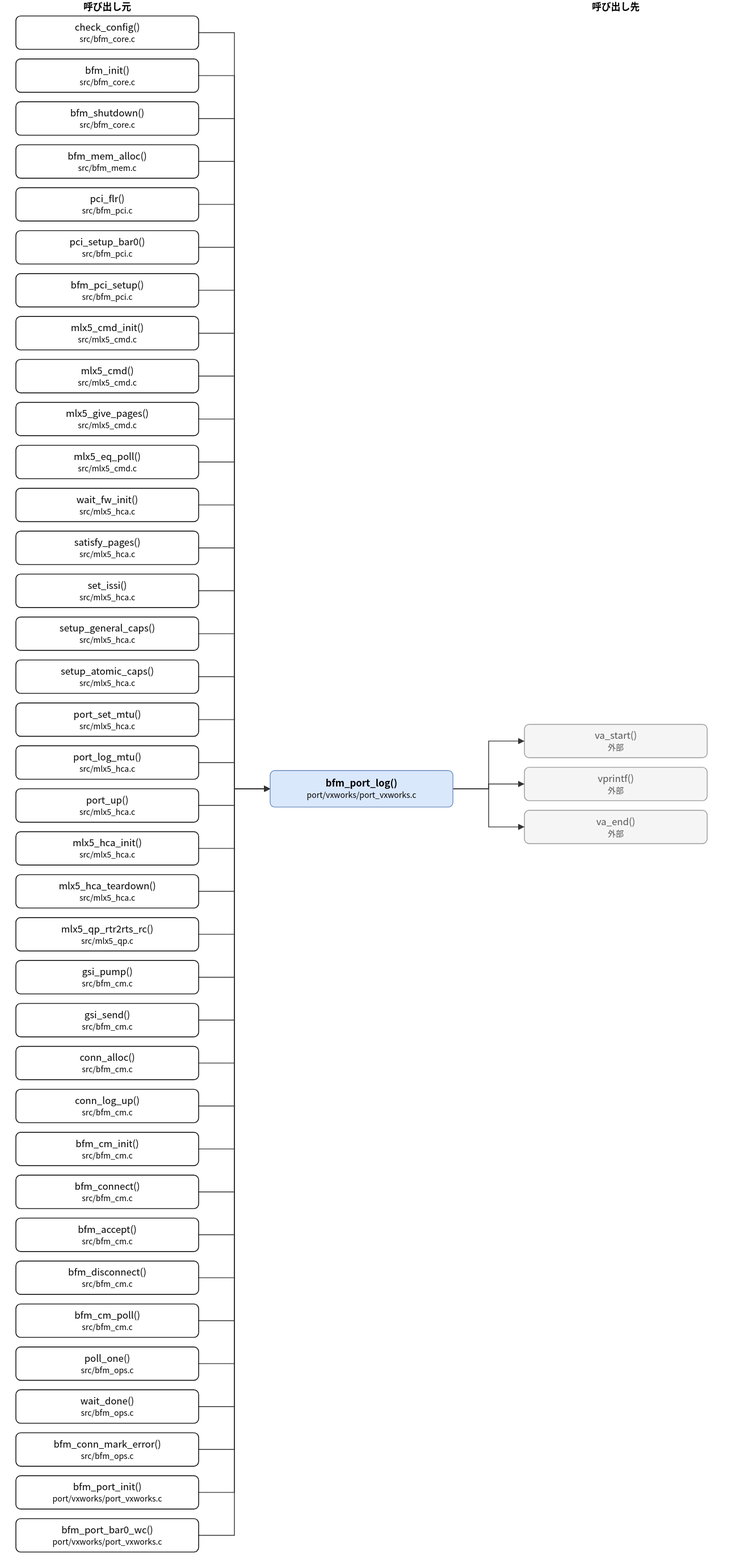
hf355051012-ai/bfmem keeps this draw.io diagram as doc/spec/images/call_port_vxworks_port_vxworks__bfm_port_log.drawio.svg. Above is the earlier version. Source tidied: cells renumbered, new cells last; positions are measured from the earlier drawing's top-left corner, leaving out a move shared by most shapes.
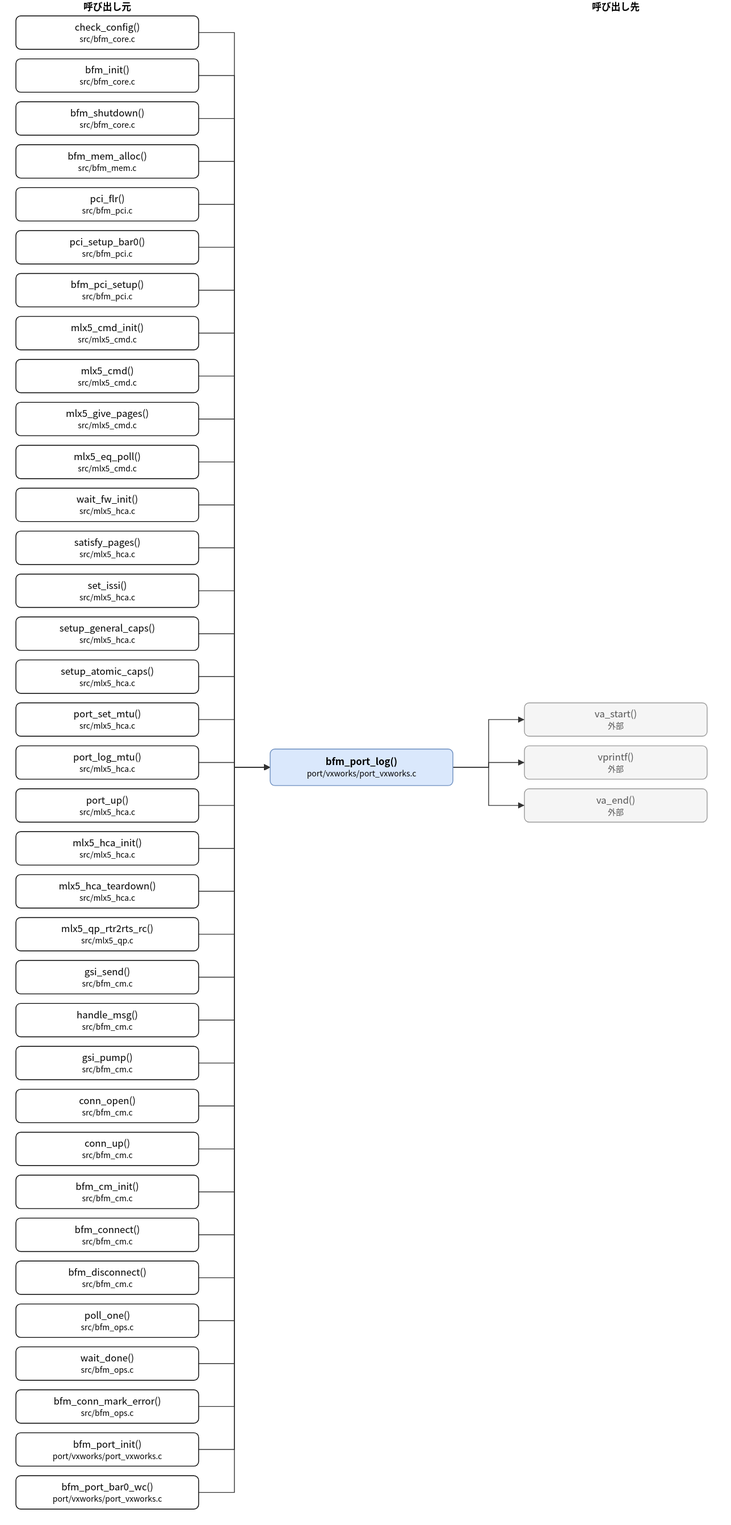
Later version of the same file.

The edit, as a diff of the source:
```diff
@@ -5,3 +5,3 @@
     <mxCell id="2" value="bfm_port_log()&lt;br&gt;&lt;font style=&quot;font-size:10px&quot;&gt;port/vxworks/port_vxworks.c&lt;/font&gt;" style="rounded=1;whiteSpace=wrap;html=1;fillColor=#dae8fc;strokeColor=#6c8ebf;fontStyle=1;" parent="1" vertex="1">
-      <mxGeometry x="320" y="969" width="230" height="46" as="geometry" />
+      <mxGeometry x="320" y="942" width="230" height="46" as="geometry" />
     </mxCell>
@@ -73,21 +73,21 @@
     </mxCell>
-    <mxCell id="25" value="gsi_pump()&lt;br&gt;&lt;font style=&quot;font-size:10px&quot;&gt;src/bfm_cm.c&lt;/font&gt;" style="rounded=1;whiteSpace=wrap;html=1;" parent="1" vertex="1">
+    <mxCell id="25" value="gsi_send()&lt;br&gt;&lt;font style=&quot;font-size:10px&quot;&gt;src/bfm_cm.c&lt;/font&gt;" style="rounded=1;whiteSpace=wrap;html=1;" parent="1" vertex="1">
       <mxGeometry y="1208" width="230" height="42" as="geometry" />
     </mxCell>
-    <mxCell id="26" value="gsi_send()&lt;br&gt;&lt;font style=&quot;font-size:10px&quot;&gt;src/bfm_cm.c&lt;/font&gt;" style="rounded=1;whiteSpace=wrap;html=1;" parent="1" vertex="1">
+    <mxCell id="26" value="handle_msg()&lt;br&gt;&lt;font style=&quot;font-size:10px&quot;&gt;src/bfm_cm.c&lt;/font&gt;" style="rounded=1;whiteSpace=wrap;html=1;" parent="1" vertex="1">
       <mxGeometry y="1262" width="230" height="42" as="geometry" />
     </mxCell>
-    <mxCell id="27" value="conn_alloc()&lt;br&gt;&lt;font style=&quot;font-size:10px&quot;&gt;src/bfm_cm.c&lt;/font&gt;" style="rounded=1;whiteSpace=wrap;html=1;" parent="1" vertex="1">
+    <mxCell id="27" value="gsi_pump()&lt;br&gt;&lt;font style=&quot;font-size:10px&quot;&gt;src/bfm_cm.c&lt;/font&gt;" style="rounded=1;whiteSpace=wrap;html=1;" parent="1" vertex="1">
       <mxGeometry y="1316" width="230" height="42" as="geometry" />
     </mxCell>
-    <mxCell id="28" value="conn_log_up()&lt;br&gt;&lt;font style=&quot;font-size:10px&quot;&gt;src/bfm_cm.c&lt;/font&gt;" style="rounded=1;whiteSpace=wrap;html=1;" parent="1" vertex="1">
+    <mxCell id="28" value="conn_open()&lt;br&gt;&lt;font style=&quot;font-size:10px&quot;&gt;src/bfm_cm.c&lt;/font&gt;" style="rounded=1;whiteSpace=wrap;html=1;" parent="1" vertex="1">
       <mxGeometry y="1370" width="230" height="42" as="geometry" />
     </mxCell>
-    <mxCell id="29" value="bfm_cm_init()&lt;br&gt;&lt;font style=&quot;font-size:10px&quot;&gt;src/bfm_cm.c&lt;/font&gt;" style="rounded=1;whiteSpace=wrap;html=1;" parent="1" vertex="1">
+    <mxCell id="29" value="conn_up()&lt;br&gt;&lt;font style=&quot;font-size:10px&quot;&gt;src/bfm_cm.c&lt;/font&gt;" style="rounded=1;whiteSpace=wrap;html=1;" parent="1" vertex="1">
       <mxGeometry y="1424" width="230" height="42" as="geometry" />
     </mxCell>
-    <mxCell id="30" value="bfm_connect()&lt;br&gt;&lt;font style=&quot;font-size:10px&quot;&gt;src/bfm_cm.c&lt;/font&gt;" style="rounded=1;whiteSpace=wrap;html=1;" parent="1" vertex="1">
+    <mxCell id="30" value="bfm_cm_init()&lt;br&gt;&lt;font style=&quot;font-size:10px&quot;&gt;src/bfm_cm.c&lt;/font&gt;" style="rounded=1;whiteSpace=wrap;html=1;" parent="1" vertex="1">
       <mxGeometry y="1478" width="230" height="42" as="geometry" />
     </mxCell>
-    <mxCell id="31" value="bfm_accept()&lt;br&gt;&lt;font style=&quot;font-size:10px&quot;&gt;src/bfm_cm.c&lt;/font&gt;" style="rounded=1;whiteSpace=wrap;html=1;" parent="1" vertex="1">
+    <mxCell id="31" value="bfm_connect()&lt;br&gt;&lt;font style=&quot;font-size:10px&quot;&gt;src/bfm_cm.c&lt;/font&gt;" style="rounded=1;whiteSpace=wrap;html=1;" parent="1" vertex="1">
       <mxGeometry y="1532" width="230" height="42" as="geometry" />
@@ -97,28 +97,25 @@
     </mxCell>
-    <mxCell id="33" value="bfm_cm_poll()&lt;br&gt;&lt;font style=&quot;font-size:10px&quot;&gt;src/bfm_cm.c&lt;/font&gt;" style="rounded=1;whiteSpace=wrap;html=1;" parent="1" vertex="1">
+    <mxCell id="33" value="poll_one()&lt;br&gt;&lt;font style=&quot;font-size:10px&quot;&gt;src/bfm_ops.c&lt;/font&gt;" style="rounded=1;whiteSpace=wrap;html=1;" parent="1" vertex="1">
       <mxGeometry y="1640" width="230" height="42" as="geometry" />
     </mxCell>
-    <mxCell id="34" value="poll_one()&lt;br&gt;&lt;font style=&quot;font-size:10px&quot;&gt;src/bfm_ops.c&lt;/font&gt;" style="rounded=1;whiteSpace=wrap;html=1;" parent="1" vertex="1">
+    <mxCell id="34" value="wait_done()&lt;br&gt;&lt;font style=&quot;font-size:10px&quot;&gt;src/bfm_ops.c&lt;/font&gt;" style="rounded=1;whiteSpace=wrap;html=1;" parent="1" vertex="1">
       <mxGeometry y="1694" width="230" height="42" as="geometry" />
     </mxCell>
-    <mxCell id="35" value="wait_done()&lt;br&gt;&lt;font style=&quot;font-size:10px&quot;&gt;src/bfm_ops.c&lt;/font&gt;" style="rounded=1;whiteSpace=wrap;html=1;" parent="1" vertex="1">
+    <mxCell id="35" value="bfm_conn_mark_error()&lt;br&gt;&lt;font style=&quot;font-size:10px&quot;&gt;src/bfm_ops.c&lt;/font&gt;" style="rounded=1;whiteSpace=wrap;html=1;" parent="1" vertex="1">
       <mxGeometry y="1748" width="230" height="42" as="geometry" />
     </mxCell>
-    <mxCell id="36" value="bfm_conn_mark_error()&lt;br&gt;&lt;font style=&quot;font-size:10px&quot;&gt;src/bfm_ops.c&lt;/font&gt;" style="rounded=1;whiteSpace=wrap;html=1;" parent="1" vertex="1">
+    <mxCell id="36" value="bfm_port_init()&lt;br&gt;&lt;font style=&quot;font-size:10px&quot;&gt;port/vxworks/port_vxworks.c&lt;/font&gt;" style="rounded=1;whiteSpace=wrap;html=1;" parent="1" vertex="1">
       <mxGeometry y="1802" width="230" height="42" as="geometry" />
     </mxCell>
-    <mxCell id="37" value="bfm_port_init()&lt;br&gt;&lt;font style=&quot;font-size:10px&quot;&gt;port/vxworks/port_vxworks.c&lt;/font&gt;" style="rounded=1;whiteSpace=wrap;html=1;" parent="1" vertex="1">
+    <mxCell id="37" value="bfm_port_bar0_wc()&lt;br&gt;&lt;font style=&quot;font-size:10px&quot;&gt;port/vxworks/port_vxworks.c&lt;/font&gt;" style="rounded=1;whiteSpace=wrap;html=1;" parent="1" vertex="1">
       <mxGeometry y="1856" width="230" height="42" as="geometry" />
     </mxCell>
-    <mxCell id="38" value="bfm_port_bar0_wc()&lt;br&gt;&lt;font style=&quot;font-size:10px&quot;&gt;port/vxworks/port_vxworks.c&lt;/font&gt;" style="rounded=1;whiteSpace=wrap;html=1;" parent="1" vertex="1">
-      <mxGeometry y="1910" width="230" height="42" as="geometry" />
-    </mxCell>
     <mxCell id="39" value="va_start()&lt;br&gt;&lt;font style=&quot;font-size:10px&quot;&gt;外部&lt;/font&gt;" style="rounded=1;whiteSpace=wrap;html=1;fillColor=#f5f5f5;strokeColor=#999999;fontColor=#555555;" parent="1" vertex="1">
-      <mxGeometry x="640" y="911" width="230" height="42" as="geometry" />
+      <mxGeometry x="640" y="884" width="230" height="42" as="geometry" />
     </mxCell>
     <mxCell id="40" value="vprintf()&lt;br&gt;&lt;font style=&quot;font-size:10px&quot;&gt;外部&lt;/font&gt;" style="rounded=1;whiteSpace=wrap;html=1;fillColor=#f5f5f5;strokeColor=#999999;fontColor=#555555;" parent="1" vertex="1">
-      <mxGeometry x="640" y="965" width="230" height="42" as="geometry" />
+      <mxGeometry x="640" y="938" width="230" height="42" as="geometry" />
     </mxCell>
     <mxCell id="41" value="va_end()&lt;br&gt;&lt;font style=&quot;font-size:10px&quot;&gt;外部&lt;/font&gt;" style="rounded=1;whiteSpace=wrap;html=1;fillColor=#f5f5f5;strokeColor=#999999;fontColor=#555555;" parent="1" vertex="1">
-      <mxGeometry x="640" y="1019" width="230" height="42" as="geometry" />
+      <mxGeometry x="640" y="992" width="230" height="42" as="geometry" />
     </mxCell>
@@ -128,3 +125,3 @@
           <mxPoint x="275" y="41" />
-          <mxPoint x="275" y="992" />
+          <mxPoint x="275" y="965" />
         </Array>
@@ -136,3 +133,3 @@
           <mxPoint x="275" y="95" />
-          <mxPoint x="275" y="992" />
+          <mxPoint x="275" y="965" />
         </Array>
@@ -144,3 +141,3 @@
           <mxPoint x="275" y="149" />
-          <mxPoint x="275" y="992" />
+          <mxPoint x="275" y="965" />
         </Array>
@@ -152,3 +149,3 @@
           <mxPoint x="275" y="203" />
-          <mxPoint x="275" y="992" />
+          <mxPoint x="275" y="965" />
         </Array>
@@ -160,3 +157,3 @@
           <mxPoint x="275" y="257" />
-          <mxPoint x="275" y="992" />
+          <mxPoint x="275" y="965" />
         </Array>
@@ -168,3 +165,3 @@
           <mxPoint x="275" y="311" />
-          <mxPoint x="275" y="992" />
+          <mxPoint x="275" y="965" />
         </Array>
@@ -176,3 +173,3 @@
           <mxPoint x="275" y="365" />
-          <mxPoint x="275" y="992" />
+          <mxPoint x="275" y="965" />
         </Array>
@@ -184,3 +181,3 @@
           <mxPoint x="275" y="419" />
-          <mxPoint x="275" y="992" />
+          <mxPoint x="275" y="965" />
         </Array>
@@ -192,3 +189,3 @@
           <mxPoint x="275" y="473" />
-          <mxPoint x="275" y="992" />
+          <mxPoint x="275" y="965" />
         </Array>
@@ -200,3 +197,3 @@
           <mxPoint x="275" y="527" />
-          <mxPoint x="275" y="992" />
+          <mxPoint x="275" y="965" />
         </Array>
@@ -208,3 +205,3 @@
           <mxPoint x="275" y="581" />
-          <mxPoint x="275" y="992" />
+          <mxPoint x="275" y="965" />
         </Array>
@@ -216,3 +213,3 @@
           <mxPoint x="275" y="635" />
-          <mxPoint x="275" y="992" />
+          <mxPoint x="275" y="965" />
         </Array>
@@ -224,3 +221,3 @@
           <mxPoint x="275" y="689" />
-          <mxPoint x="275" y="992" />
+          <mxPoint x="275" y="965" />
         </Array>
@@ -232,3 +229,3 @@
           <mxPoint x="275" y="743" />
-          <mxPoint x="275" y="992" />
+          <mxPoint x="275" y="965" />
         </Array>
@@ -240,3 +237,3 @@
           <mxPoint x="275" y="797" />
-          <mxPoint x="275" y="992" />
+          <mxPoint x="275" y="965" />
         </Array>
@@ -248,3 +245,3 @@
           <mxPoint x="275" y="851" />
-          <mxPoint x="275" y="992" />
+          <mxPoint x="275" y="965" />
         </Array>
@@ -256,3 +253,3 @@
           <mxPoint x="275" y="905" />
-          <mxPoint x="275" y="992" />
+          <mxPoint x="275" y="965" />
         </Array>
@@ -264,3 +261,3 @@
           <mxPoint x="275" y="959" />
-          <mxPoint x="275" y="992" />
+          <mxPoint x="275" y="965" />
         </Array>
@@ -272,3 +269,3 @@
           <mxPoint x="275" y="1013" />
-          <mxPoint x="275" y="992" />
+          <mxPoint x="275" y="965" />
         </Array>
@@ -280,3 +277,3 @@
           <mxPoint x="275" y="1067" />
-          <mxPoint x="275" y="992" />
+          <mxPoint x="275" y="965" />
         </Array>
@@ -288,3 +285,3 @@
           <mxPoint x="275" y="1121" />
-          <mxPoint x="275" y="992" />
+          <mxPoint x="275" y="965" />
         </Array>
@@ -296,3 +293,3 @@
           <mxPoint x="275" y="1175" />
-          <mxPoint x="275" y="992" />
+          <mxPoint x="275" y="965" />
         </Array>
@@ -304,3 +301,3 @@
           <mxPoint x="275" y="1229" />
-          <mxPoint x="275" y="992" />
+          <mxPoint x="275" y="965" />
         </Array>
@@ -312,3 +309,3 @@
           <mxPoint x="275" y="1283" />
-          <mxPoint x="275" y="992" />
+          <mxPoint x="275" y="965" />
         </Array>
@@ -320,3 +317,3 @@
           <mxPoint x="275" y="1337" />
-          <mxPoint x="275" y="992" />
+          <mxPoint x="275" y="965" />
         </Array>
@@ -328,3 +325,3 @@
           <mxPoint x="275" y="1391" />
-          <mxPoint x="275" y="992" />
+          <mxPoint x="275" y="965" />
         </Array>
@@ -336,3 +333,3 @@
           <mxPoint x="275" y="1445" />
-          <mxPoint x="275" y="992" />
+          <mxPoint x="275" y="965" />
         </Array>
@@ -344,3 +341,3 @@
           <mxPoint x="275" y="1499" />
-          <mxPoint x="275" y="992" />
+          <mxPoint x="275" y="965" />
         </Array>
@@ -352,3 +349,3 @@
           <mxPoint x="275" y="1553" />
-          <mxPoint x="275" y="992" />
+          <mxPoint x="275" y="965" />
         </Array>
@@ -360,3 +357,3 @@
           <mxPoint x="275" y="1607" />
-          <mxPoint x="275" y="992" />
+          <mxPoint x="275" y="965" />
         </Array>
@@ -368,3 +365,3 @@
           <mxPoint x="275" y="1661" />
-          <mxPoint x="275" y="992" />
+          <mxPoint x="275" y="965" />
         </Array>
@@ -376,3 +373,3 @@
           <mxPoint x="275" y="1715" />
-          <mxPoint x="275" y="992" />
+          <mxPoint x="275" y="965" />
         </Array>
@@ -384,3 +381,3 @@
           <mxPoint x="275" y="1769" />
-          <mxPoint x="275" y="992" />
+          <mxPoint x="275" y="965" />
         </Array>
@@ -392,3 +389,3 @@
           <mxPoint x="275" y="1823" />
-          <mxPoint x="275" y="992" />
+          <mxPoint x="275" y="965" />
         </Array>
@@ -400,3 +397,3 @@
           <mxPoint x="275" y="1877" />
-          <mxPoint x="275" y="992" />
+          <mxPoint x="275" y="965" />
         </Array>
@@ -404,7 +401,7 @@
     </mxCell>
-    <mxCell id="77" style="edgeStyle=none;html=1;rounded=0;endArrow=block;endFill=1;exitX=1.0000;exitY=0.5000;exitDx=0;exitDy=0;exitPerimeter=0;entryX=0.0000;entryY=0.5000;entryDx=0;entryDy=0;entryPerimeter=0;" parent="1" edge="1" source="38" target="2">
+    <mxCell id="77" style="edgeStyle=none;html=1;rounded=0;endArrow=block;endFill=1;exitX=1.0000;exitY=0.5000;exitDx=0;exitDy=0;exitPerimeter=0;entryX=0.0000;entryY=0.5000;entryDx=0;entryDy=0;entryPerimeter=0;" parent="1" edge="1" source="2" target="39">
       <mxGeometry relative="1" as="geometry">
         <Array as="points">
-          <mxPoint x="275" y="1931" />
-          <mxPoint x="275" y="992" />
+          <mxPoint x="595" y="965" />
+          <mxPoint x="595" y="905" />
         </Array>
@@ -412,7 +409,7 @@
     </mxCell>
-    <mxCell id="78" style="edgeStyle=none;html=1;rounded=0;endArrow=block;endFill=1;exitX=1.0000;exitY=0.5000;exitDx=0;exitDy=0;exitPerimeter=0;entryX=0.0000;entryY=0.5000;entryDx=0;entryDy=0;entryPerimeter=0;" parent="1" edge="1" source="2" target="39">
+    <mxCell id="78" style="edgeStyle=none;html=1;rounded=0;endArrow=block;endFill=1;exitX=1.0000;exitY=0.5000;exitDx=0;exitDy=0;exitPerimeter=0;entryX=0.0000;entryY=0.5000;entryDx=0;entryDy=0;entryPerimeter=0;" parent="1" edge="1" source="2" target="40">
       <mxGeometry relative="1" as="geometry">
         <Array as="points">
-          <mxPoint x="595" y="992" />
-          <mxPoint x="595" y="932" />
+          <mxPoint x="595" y="965" />
+          <mxPoint x="595" y="959" />
         </Array>
@@ -420,7 +417,7 @@
     </mxCell>
-    <mxCell id="79" style="edgeStyle=none;html=1;rounded=0;endArrow=block;endFill=1;exitX=1.0000;exitY=0.5000;exitDx=0;exitDy=0;exitPerimeter=0;entryX=0.0000;entryY=0.5000;entryDx=0;entryDy=0;entryPerimeter=0;" parent="1" edge="1" source="2" target="40">
+    <mxCell id="79" style="edgeStyle=none;html=1;rounded=0;endArrow=block;endFill=1;exitX=1.0000;exitY=0.5000;exitDx=0;exitDy=0;exitPerimeter=0;entryX=0.0000;entryY=0.5000;entryDx=0;entryDy=0;entryPerimeter=0;" parent="1" edge="1" source="2" target="41">
       <mxGeometry relative="1" as="geometry">
         <Array as="points">
-          <mxPoint x="595" y="992" />
-          <mxPoint x="595" y="986" />
+          <mxPoint x="595" y="965" />
+          <mxPoint x="595" y="1013" />
         </Array>
@@ -428,10 +425,2 @@
     </mxCell>
-    <mxCell id="80" style="edgeStyle=none;html=1;rounded=0;endArrow=block;endFill=1;exitX=1.0000;exitY=0.5000;exitDx=0;exitDy=0;exitPerimeter=0;entryX=0.0000;entryY=0.5000;entryDx=0;entryDy=0;entryPerimeter=0;" parent="1" edge="1" source="2" target="41">
-      <mxGeometry relative="1" as="geometry">
-        <Array as="points">
-          <mxPoint x="595" y="992" />
-          <mxPoint x="595" y="1040" />
-        </Array>
-      </mxGeometry>
-    </mxCell>
     <mxCell id="81" value="呼び出し元" style="text;html=1;align=center;fontStyle=1;" parent="1" vertex="1">
```
